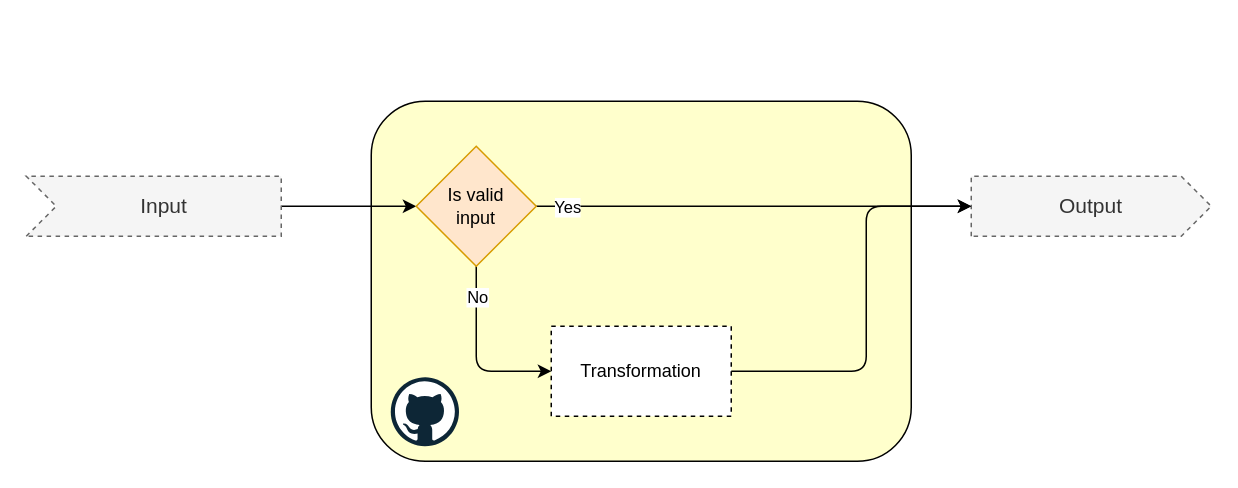
The draw.io diagram page "main" (1 of 2) of doc/arc.drawio in rasmushaa/drawio_document_demo_b, before the edit. Source tidied: cells renumbered, new cells numbered last; positions are measured from the earlier drawing's top-left corner, leaving out a move shared by most shapes. Both pictures are drawn from the tidied source at 150%, with x=0, y=0 at pixel (26, 100).
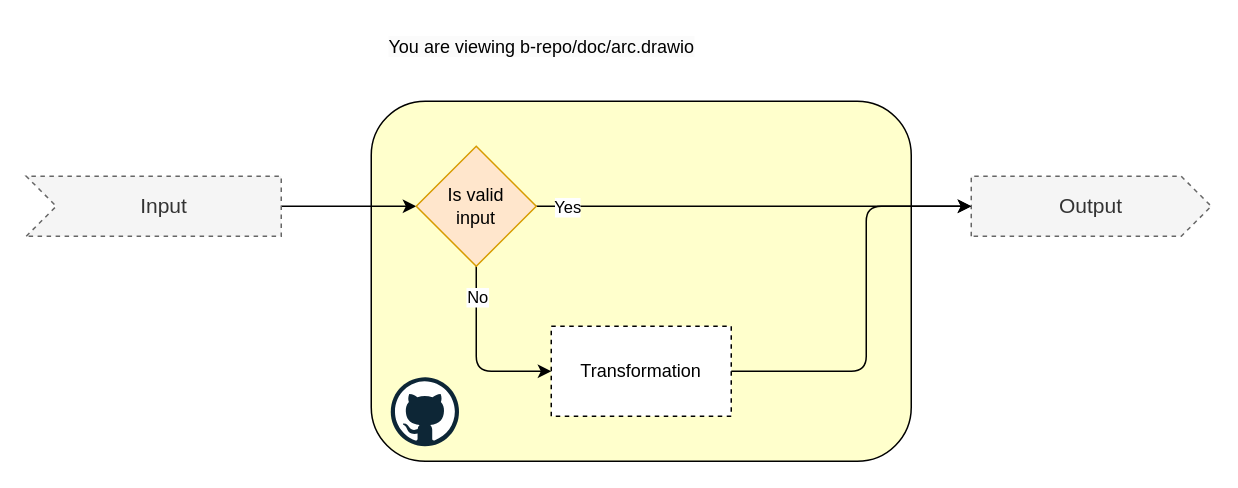
The same page after the edit.

The edit, as a diff of the source:
```diff
@@
 <mxGraphModel>
   <root>
     <mxCell id="0" />
     <mxCell id="1" parent="0" />
     <mxCell id="2" style="rounded=1;whiteSpace=wrap;html=1;fillColor=#FFFFCC;" parent="1" vertex="1">
       <mxGeometry x="230" width="360" height="240" as="geometry" />
     </mxCell>
     <mxCell id="3" value="Output" style="html=1;shape=mxgraph.infographic.ribbonSimple;notch1=0;notch2=20;align=center;verticalAlign=middle;fontSize=14;fontStyle=0;fillColor=#f5f5f5;whiteSpace=wrap;fontColor=#333333;strokeColor=#666666;dashed=1;" parent="1" vertex="1">
       <mxGeometry x="630" y="50" width="160" height="40" as="geometry" />
     </mxCell>
     <mxCell id="4" style="edgeStyle=none;html=1;" parent="1" edge="1" source="5" target="10">
       <mxGeometry relative="1" as="geometry" />
     </mxCell>
     <mxCell id="5" value="Input" style="html=1;shape=mxgraph.infographic.ribbonSimple;notch1=20;notch2=0;align=center;verticalAlign=middle;fontSize=14;fontStyle=0;fillColor=#f5f5f5;flipH=0;spacingRight=0;spacingLeft=14;whiteSpace=wrap;fontColor=#333333;strokeColor=#666666;dashed=1;" parent="1" vertex="1">
       <mxGeometry y="50" width="170" height="40" as="geometry" />
     </mxCell>
     <mxCell id="6" style="edgeStyle=none;html=1;entryX=0;entryY=0.5;entryDx=0;entryDy=0;" parent="1" edge="1" source="10" target="11">
       <mxGeometry relative="1" as="geometry">
         <Array as="points">
           <mxPoint x="300" y="180" />
         </Array>
       </mxGeometry>
     </mxCell>
     <mxCell id="7" value="No" style="edgeLabel;html=1;align=center;verticalAlign=middle;" parent="6" vertex="1">
       <mxGeometry x="-0.67" relative="1" as="geometry" />
     </mxCell>
     <mxCell id="8" style="edgeStyle=none;html=1;" parent="1" edge="1" source="10" target="3">
       <mxGeometry relative="1" as="geometry" />
     </mxCell>
     <mxCell id="9" value="Yes" style="edgeLabel;html=1;align=center;verticalAlign=middle;" parent="8" vertex="1">
       <mxGeometry x="-0.63" relative="1" as="geometry">
         <mxPoint x="-34" as="offset" />
       </mxGeometry>
     </mxCell>
     <mxCell id="10" value="Is valid&lt;div&gt;input&lt;/div&gt;" style="rhombus;whiteSpace=wrap;html=1;fillColor=#ffe6cc;strokeColor=#d79b00;" parent="1" vertex="1">
       <mxGeometry x="260" y="30" width="80" height="80" as="geometry" />
     </mxCell>
     <mxCell id="11" value="Transformation" style="rounded=0;whiteSpace=wrap;html=1;dashed=1;" parent="1" vertex="1">
       <mxGeometry x="350" y="150" width="120" height="60" as="geometry" />
     </mxCell>
     <mxCell id="12" style="edgeStyle=none;html=1;entryX=0;entryY=0;entryDx=0;entryDy=20;entryPerimeter=0;exitX=1;exitY=0.5;exitDx=0;exitDy=0;" parent="1" edge="1" source="11" target="3">
       <mxGeometry relative="1" as="geometry">
         <Array as="points">
           <mxPoint x="560" y="180" />
           <mxPoint x="560" y="70" />
         </Array>
       </mxGeometry>
     </mxCell>
     <mxCell id="13" style="dashed=0;html=1;align=center;labelPosition=center;verticalLabelPosition=bottom;verticalAlign=top;shape=mxgraph.weblogos.github;" parent="1" vertex="1">
       <mxGeometry x="243" y="184" width="45.5" height="46" as="geometry" />
     </mxCell>
+    <mxCell id="14" value="&lt;span style=&quot;color: rgb(0, 0, 0); font-family: Helvetica; font-size: 12px; font-style: normal; font-variant-ligatures: normal; font-variant-caps: normal; font-weight: 400; letter-spacing: normal; orphans: 2; text-align: center; text-indent: 0px; text-transform: none; widows: 2; word-spacing: 0px; -webkit-text-stroke-width: 0px; white-space: nowrap; background-color: rgb(251, 251, 251); text-decoration-thickness: initial; text-decoration-style: initial; text-decoration-color: initial; float: none; display: inline !important;&quot;&gt;You are viewing b-repo/doc/arc.drawio&lt;/span&gt;" style="text;whiteSpace=wrap;html=1;" parent="1" vertex="1">
+      <mxGeometry x="240" y="-50" width="240" height="40" as="geometry" />
+    </mxCell>
   </root>
 </mxGraphModel>
```
